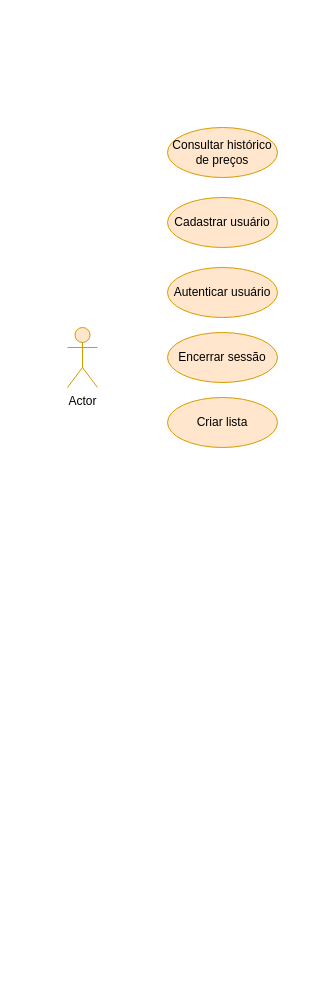
Earlier version of the draw.io diagram page "Caso de uso" (1 of 2) of List4U-Diagram.drawio (allanagimenez15/List4U). Source tidied: cells renumbered, new cells numbered last; positions are measured from the earlier drawing's top-left corner, leaving out a move shared by most shapes. Both pictures are drawn from the tidied source at 100%, with x=0, y=0 at pixel (67, 127).
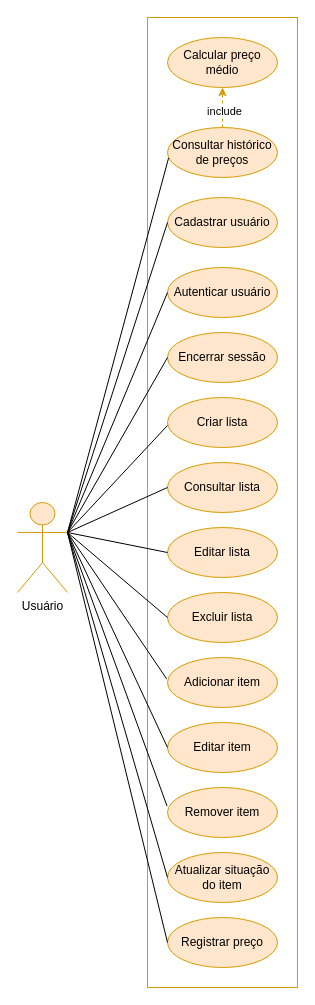
Above is the later version.

The change refers to these unchanged cells:
```xml
<mxCell id="3" value="Consultar histórico de preços" style="ellipse;whiteSpace=wrap;html=1;fillColor=#ffe6cc;strokeColor=#d79b00;" parent="1" vertex="1">
  <mxGeometry x="100" width="110" height="50" as="geometry" />
</mxCell>
<mxCell id="4" value="Cadastrar usuário" style="ellipse;whiteSpace=wrap;html=1;fillColor=#ffe6cc;strokeColor=#d79b00;" parent="1" vertex="1">
  <mxGeometry x="100" y="70" width="110" height="50" as="geometry" />
</mxCell>
<mxCell id="5" value="Autenticar usuário" style="ellipse;whiteSpace=wrap;html=1;fillColor=#ffe6cc;strokeColor=#d79b00;" parent="1" vertex="1">
  <mxGeometry x="100" y="140" width="110" height="50" as="geometry" />
</mxCell>
<mxCell id="6" value="Encerrar sessão" style="ellipse;whiteSpace=wrap;html=1;fillColor=#ffe6cc;strokeColor=#d79b00;" parent="1" vertex="1">
  <mxGeometry x="100" y="205" width="110" height="50" as="geometry" />
</mxCell>
```

The edit, as a diff of the source:
```diff
@@
+    <mxCell id="8" style="rounded=0;whiteSpace=wrap;html=1;fillColor=none;strokeColor=#d79b00;gradientColor=none;" parent="1" vertex="1">
+      <mxGeometry x="80" y="-110" width="150" height="970" as="geometry" />
+    </mxCell>
-    <mxCell id="2" value="Actor" style="shape=umlActor;verticalLabelPosition=bottom;verticalAlign=top;html=1;labelPerimeter=1;fillColor=#ffe6cc;strokeColor=#d79b00;" parent="1" vertex="1">
-      <mxGeometry y="200" width="30" height="60" as="geometry" />
+    <mxCell id="2" value="Usuário" style="shape=umlActor;verticalLabelPosition=bottom;verticalAlign=top;html=1;labelPerimeter=1;fillColor=#ffe6cc;strokeColor=#d79b00;" parent="1" vertex="1">
+      <mxGeometry x="-50" y="375" width="50" height="90" as="geometry" />
     </mxCell>
+    <mxCell id="9" style="rounded=0;jettySize=auto;html=1;strokeColor=#d79b00;fontColor=#1D3557;defaultLabelBackgroundColor=page;fillColor=#ffe6cc;entryX=0.5;entryY=1;entryDx=0;entryDy=0;exitX=0.5;exitY=0;exitDx=0;exitDy=0;dashed=1;" parent="1" edge="1" source="3" target="19">
+      <mxGeometry x="0.45" relative="1" as="geometry" />
+    </mxCell>
+    <mxCell id="10" value="include" style="edgeLabel;html=1;align=center;verticalAlign=middle;inheritText=fontFamily,fontSize,fontStyle,textOpacity,labelBorderColor,labelBorderWidth,labelBackgroundColor,defaultLabelBackgroundColor,labelPadding;fontColor=#000000;defaultLabelBackgroundColor=page;" parent="9" vertex="1">
+      <mxGeometry x="-0.14" y="-1" relative="1" as="geometry" />
+    </mxCell>
@@
+    <mxCell id="11" value="Consultar lista" style="ellipse;whiteSpace=wrap;html=1;fillColor=#ffe6cc;strokeColor=#d79b00;" parent="1" vertex="1">
+      <mxGeometry x="100" y="335" width="110" height="50" as="geometry" />
+    </mxCell>
+    <mxCell id="12" value="Editar lista" style="ellipse;whiteSpace=wrap;html=1;fillColor=#ffe6cc;strokeColor=#d79b00;" parent="1" vertex="1">
+      <mxGeometry x="100" y="400" width="110" height="50" as="geometry" />
+    </mxCell>
+    <mxCell id="13" value="Excluir lista" style="ellipse;whiteSpace=wrap;html=1;fillColor=#ffe6cc;strokeColor=#d79b00;" parent="1" vertex="1">
+      <mxGeometry x="100" y="465" width="110" height="50" as="geometry" />
+    </mxCell>
+    <mxCell id="14" value="Adicionar item" style="ellipse;whiteSpace=wrap;html=1;fillColor=#ffe6cc;strokeColor=#d79b00;" parent="1" vertex="1">
+      <mxGeometry x="100" y="530" width="110" height="50" as="geometry" />
+    </mxCell>
+    <mxCell id="15" value="Editar item" style="ellipse;whiteSpace=wrap;html=1;fillColor=#ffe6cc;strokeColor=#d79b00;" parent="1" vertex="1">
+      <mxGeometry x="100" y="595" width="110" height="50" as="geometry" />
+    </mxCell>
+    <mxCell id="16" value="Remover item" style="ellipse;whiteSpace=wrap;html=1;fillColor=#ffe6cc;strokeColor=#d79b00;" parent="1" vertex="1">
+      <mxGeometry x="100" y="660" width="110" height="50" as="geometry" />
+    </mxCell>
+    <mxCell id="17" value="Atualizar situação do item" style="ellipse;whiteSpace=wrap;html=1;fillColor=#ffe6cc;strokeColor=#d79b00;" parent="1" vertex="1">
+      <mxGeometry x="100" y="725" width="110" height="50" as="geometry" />
+    </mxCell>
+    <mxCell id="18" value="Registrar preço" style="ellipse;whiteSpace=wrap;html=1;fillColor=#ffe6cc;strokeColor=#d79b00;" parent="1" vertex="1">
+      <mxGeometry x="100" y="790" width="110" height="50" as="geometry" />
+    </mxCell>
+    <mxCell id="19" value="Calcular preço médio" style="ellipse;whiteSpace=wrap;html=1;fillColor=#ffe6cc;strokeColor=#d79b00;" parent="1" vertex="1">
+      <mxGeometry x="100" y="-90" width="110" height="50" as="geometry" />
+    </mxCell>
+    <mxCell id="20" style="endArrow=none;html=1;rounded=0;strokeColor=#000000;fontColor=#1D3557;defaultLabelBackgroundColor=page;fillColor=#A8DADC;entryX=0;entryY=0.5;entryDx=0;entryDy=0;exitX=1;exitY=0.3333333333333333;exitDx=0;exitDy=0;exitPerimeter=0;" parent="1" edge="1" source="2" target="12">
+      <mxGeometry relative="1" as="geometry" />
+    </mxCell>
+    <mxCell id="21" style="endArrow=none;html=1;rounded=0;strokeColor=#000000;fontColor=#1D3557;defaultLabelBackgroundColor=page;fillColor=#A8DADC;entryX=0;entryY=0.5;entryDx=0;entryDy=0;exitX=1;exitY=0.3333333333333333;exitDx=0;exitDy=0;exitPerimeter=0;" parent="1" edge="1" source="2" target="11">
+      <mxGeometry relative="1" as="geometry" />
+    </mxCell>
+    <mxCell id="22" style="endArrow=none;html=1;rounded=0;strokeColor=#000000;fontColor=#1D3557;defaultLabelBackgroundColor=page;fillColor=#A8DADC;entryX=0;entryY=0.5;entryDx=0;entryDy=0;exitX=1;exitY=0.3333333333333333;exitDx=0;exitDy=0;exitPerimeter=0;" parent="1" edge="1" source="2">
+      <mxGeometry relative="1" as="geometry">
+        <mxPoint x="100" y="298" as="targetPoint" />
+      </mxGeometry>
+    </mxCell>
+    <mxCell id="23" style="endArrow=none;html=1;rounded=0;strokeColor=#000000;fontColor=#1D3557;defaultLabelBackgroundColor=page;fillColor=#A8DADC;entryX=0;entryY=0.5;entryDx=0;entryDy=0;exitX=1;exitY=0.3333333333333333;exitDx=0;exitDy=0;exitPerimeter=0;" parent="1" edge="1" source="2" target="13">
+      <mxGeometry relative="1" as="geometry" />
+    </mxCell>
+    <mxCell id="24" style="endArrow=none;html=1;rounded=0;strokeColor=#000000;fontColor=#1D3557;defaultLabelBackgroundColor=page;fillColor=#A8DADC;entryX=-0.008;entryY=0.427;entryDx=0;entryDy=0;entryPerimeter=0;exitX=1;exitY=0.3333333333333333;exitDx=0;exitDy=0;exitPerimeter=0;" parent="1" edge="1" source="2" target="14">
+      <mxGeometry relative="1" as="geometry" />
+    </mxCell>
+    <mxCell id="25" style="endArrow=none;html=1;rounded=0;strokeColor=#000000;fontColor=#1D3557;defaultLabelBackgroundColor=page;fillColor=#A8DADC;entryX=0;entryY=0.5;entryDx=0;entryDy=0;exitX=1;exitY=0.3333333333333333;exitDx=0;exitDy=0;exitPerimeter=0;" parent="1" edge="1" source="2" target="15">
+      <mxGeometry relative="1" as="geometry" />
+    </mxCell>
+    <mxCell id="26" style="endArrow=none;html=1;rounded=0;strokeColor=#000000;fontColor=#1D3557;defaultLabelBackgroundColor=page;fillColor=#A8DADC;entryX=0;entryY=0.5;entryDx=0;entryDy=0;exitX=1;exitY=0.3333333333333333;exitDx=0;exitDy=0;exitPerimeter=0;" parent="1" edge="1" source="2" target="18">
+      <mxGeometry relative="1" as="geometry" />
+    </mxCell>
+    <mxCell id="27" style="endArrow=none;html=1;rounded=0;strokeColor=#000000;fontColor=#1D3557;defaultLabelBackgroundColor=page;fillColor=#A8DADC;entryX=0;entryY=0.5;entryDx=0;entryDy=0;exitX=1;exitY=0.3333333333333333;exitDx=0;exitDy=0;exitPerimeter=0;" parent="1" edge="1" source="2" target="17">
+      <mxGeometry relative="1" as="geometry" />
+    </mxCell>
+    <mxCell id="28" style="endArrow=none;html=1;rounded=0;strokeColor=#000000;fontColor=#1D3557;defaultLabelBackgroundColor=page;fillColor=#A8DADC;entryX=-0.004;entryY=0.372;entryDx=0;entryDy=0;exitX=1;exitY=0.3333333333333333;exitDx=0;exitDy=0;exitPerimeter=0;entryPerimeter=0;" parent="1" edge="1" source="2" target="16">
+      <mxGeometry relative="1" as="geometry" />
+    </mxCell>
+    <mxCell id="29" style="endArrow=none;html=1;rounded=0;strokeColor=#000000;fontColor=#1D3557;defaultLabelBackgroundColor=page;fillColor=#A8DADC;entryX=0;entryY=0.5;entryDx=0;entryDy=0;exitX=1;exitY=0.3333333333333333;exitDx=0;exitDy=0;exitPerimeter=0;" parent="1" edge="1" source="2" target="6">
+      <mxGeometry relative="1" as="geometry" />
+    </mxCell>
+    <mxCell id="30" style="endArrow=none;html=1;rounded=0;strokeColor=#000000;fontColor=#1D3557;defaultLabelBackgroundColor=page;fillColor=#A8DADC;entryX=0;entryY=0.5;entryDx=0;entryDy=0;exitX=1;exitY=0.3333333333333333;exitDx=0;exitDy=0;exitPerimeter=0;" parent="1" edge="1" source="2" target="5">
+      <mxGeometry relative="1" as="geometry" />
+    </mxCell>
+    <mxCell id="31" style="endArrow=none;html=1;rounded=0;strokeColor=#000000;fontColor=#1D3557;defaultLabelBackgroundColor=page;fillColor=#A8DADC;entryX=0;entryY=0.5;entryDx=0;entryDy=0;exitX=1;exitY=0.3333333333333333;exitDx=0;exitDy=0;exitPerimeter=0;" parent="1" edge="1" source="2" target="4">
+      <mxGeometry relative="1" as="geometry" />
+    </mxCell>
+    <mxCell id="32" style="endArrow=none;html=1;rounded=0;strokeColor=#000000;fontColor=#1D3557;defaultLabelBackgroundColor=page;fillColor=#A8DADC;entryX=0.01;entryY=0.608;entryDx=0;entryDy=0;exitX=1;exitY=0.3333333333333333;exitDx=0;exitDy=0;exitPerimeter=0;entryPerimeter=0;" parent="1" edge="1" source="2" target="3">
+      <mxGeometry relative="1" as="geometry" />
+    </mxCell>
```
